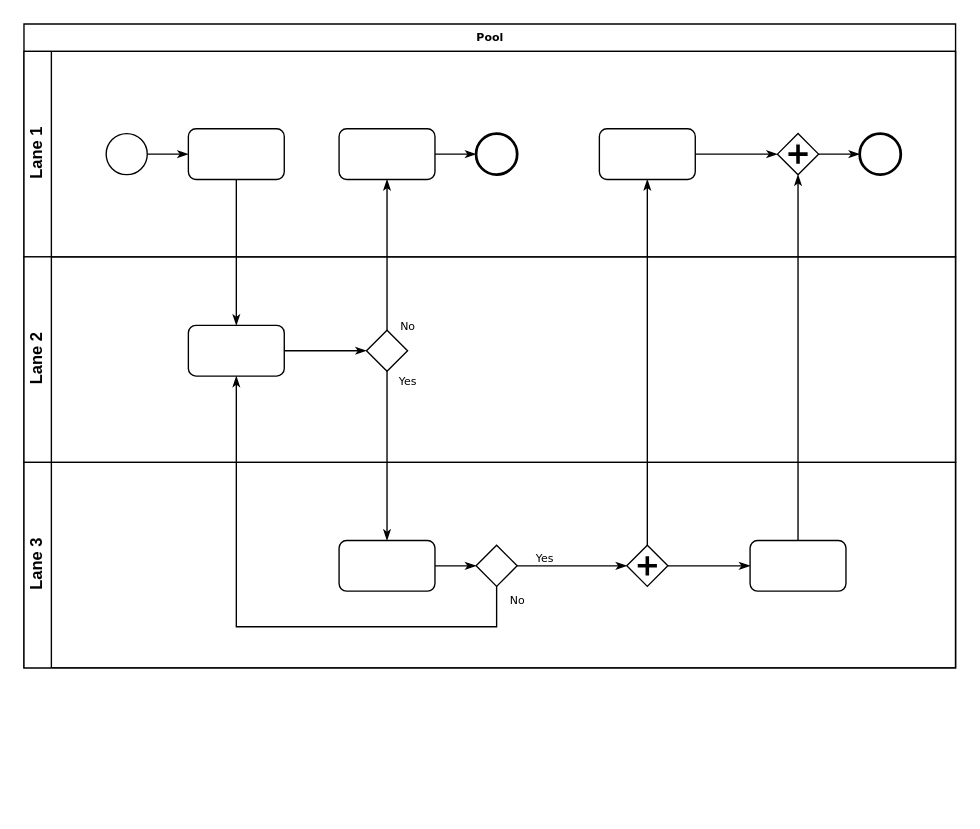
GabHanna/python keeps this draw.io diagram as Dia_a_dia.drawio. Above is the earlier version. Source tidied: cells renumbered, new cells numbered last; positions are measured from the earlier drawing's top-left corner, leaving out a move shared by most shapes. Both pictures are drawn from the tidied source at 137%, with x=0, y=0 at pixel (23, 23).
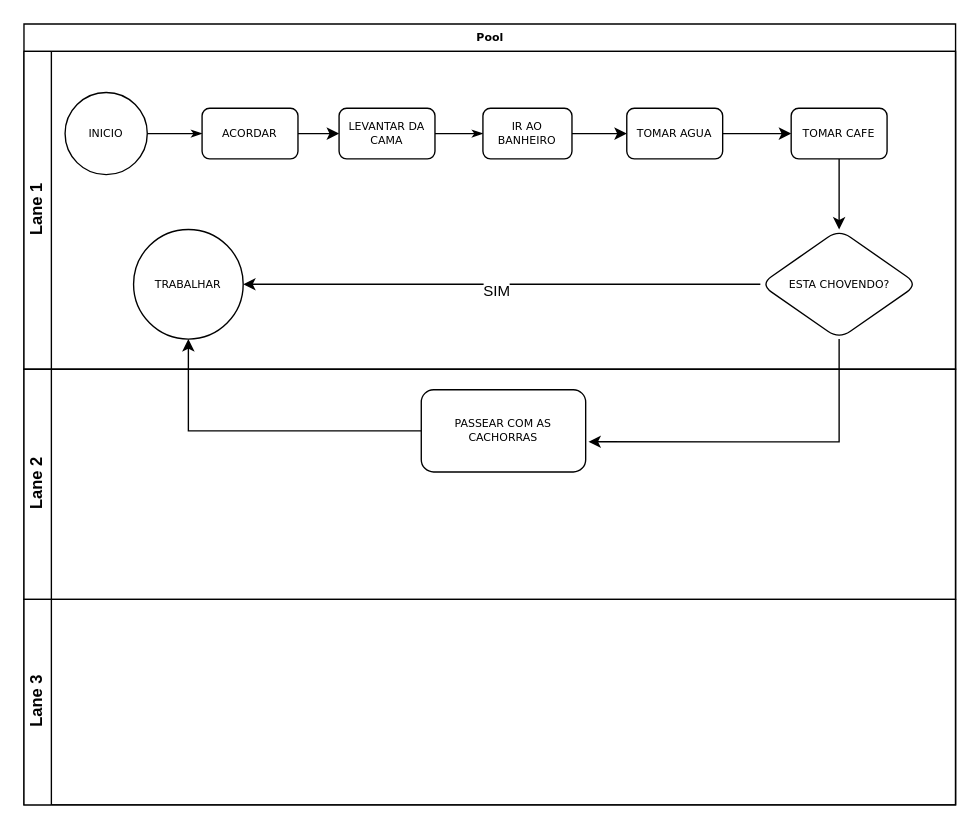
The same diagram, later.

Diff of the diagram source:
```diff
@@
     <mxCell id="2" value="Pool" style="swimlane;html=1;horizontal=1;startSize=20;rounded=0;shadow=0;labelBackgroundColor=none;strokeWidth=1;fontFamily=Verdana;fontSize=8;align=center;" parent="1" vertex="1">
-      <mxGeometry width="680" height="470" as="geometry" />
+      <mxGeometry width="680" height="570" as="geometry" />
     </mxCell>
     <mxCell id="3" value="Lane 1" style="swimlane;html=1;startSize=20;horizontal=0;" parent="2" vertex="1">
-      <mxGeometry y="20" width="680" height="150" as="geometry" />
+      <mxGeometry y="20" width="680" height="232" as="geometry" />
     </mxCell>
@@
-    <mxCell id="5" style="ellipse;whiteSpace=wrap;html=1;rounded=0;shadow=0;labelBackgroundColor=none;strokeWidth=1;fontFamily=Verdana;fontSize=8;align=center;" parent="3" vertex="1">
-      <mxGeometry x="60" y="60" width="30" height="30" as="geometry" />
+    <mxCell id="5" value="INICIO" style="ellipse;whiteSpace=wrap;html=1;rounded=0;shadow=0;labelBackgroundColor=none;strokeWidth=1;fontFamily=Verdana;fontSize=8;align=center;" parent="3" vertex="1">
+      <mxGeometry x="30" y="30" width="60" height="60" as="geometry" />
     </mxCell>
+    <mxCell id="33" style="edgeStyle=orthogonalEdgeStyle;rounded=0;jettySize=auto;html=1;entryX=0;entryY=0.5;entryDx=0;entryDy=0;" parent="3" edge="1" source="6" target="8">
+      <mxGeometry relative="1" as="geometry" />
+    </mxCell>
-    <mxCell id="6" style="rounded=1;whiteSpace=wrap;html=1;shadow=0;labelBackgroundColor=none;strokeWidth=1;fontFamily=Verdana;fontSize=8;align=center;" parent="3" vertex="1">
-      <mxGeometry x="120" y="56.5" width="70" height="37" as="geometry" />
+    <mxCell id="6" value="ACORDAR" style="rounded=1;whiteSpace=wrap;html=1;shadow=0;labelBackgroundColor=none;strokeWidth=1;fontFamily=Verdana;fontSize=8;align=center;" parent="3" vertex="1">
+      <mxGeometry x="130" y="41.5" width="70" height="37" as="geometry" />
     </mxCell>
-    <mxCell id="7" style="edgeStyle=orthogonalEdgeStyle;rounded=0;html=1;labelBackgroundColor=none;startArrow=none;startFill=0;startSize=5;endArrow=classicThin;endFill=1;endSize=5;jettySize=auto;strokeWidth=1;fontFamily=Verdana;fontSize=8;" parent="3" edge="1" source="8" target="9">
+    <mxCell id="7" style="edgeStyle=orthogonalEdgeStyle;rounded=0;html=1;labelBackgroundColor=none;startArrow=none;startFill=0;startSize=5;endArrow=classicThin;endFill=1;endSize=5;jettySize=auto;strokeWidth=1;fontFamily=Verdana;fontSize=8;entryX=0;entryY=0.5;entryDx=0;entryDy=0;" parent="3" edge="1" source="8" target="11">
       <mxGeometry relative="1" as="geometry" />
     </mxCell>
-    <mxCell id="8" style="rounded=1;whiteSpace=wrap;html=1;shadow=0;labelBackgroundColor=none;strokeWidth=1;fontFamily=Verdana;fontSize=8;align=center;" parent="3" vertex="1">
-      <mxGeometry x="230" y="56.5" width="70" height="37" as="geometry" />
+    <mxCell id="8" value="LEVANTAR DA CAMA" style="rounded=1;whiteSpace=wrap;html=1;shadow=0;labelBackgroundColor=none;strokeWidth=1;fontFamily=Verdana;fontSize=8;align=center;" parent="3" vertex="1">
+      <mxGeometry x="230" y="41.5" width="70" height="37" as="geometry" />
     </mxCell>
-    <mxCell id="9" style="ellipse;whiteSpace=wrap;html=1;rounded=0;shadow=0;labelBackgroundColor=none;strokeWidth=2;fontFamily=Verdana;fontSize=8;align=center;" parent="3" vertex="1">
-      <mxGeometry x="330" y="60" width="30" height="30" as="geometry" />
-    </mxCell>
-    <mxCell id="10" style="edgeStyle=orthogonalEdgeStyle;rounded=0;html=1;entryX=0;entryY=0.5;labelBackgroundColor=none;startArrow=none;startFill=0;startSize=5;endArrow=classicThin;endFill=1;endSize=5;jettySize=auto;strokeWidth=1;fontFamily=Verdana;fontSize=8;" parent="3" edge="1" source="11" target="13">
-      <mxGeometry relative="1" as="geometry" />
-    </mxCell>
+    <mxCell id="34" style="edgeStyle=orthogonalEdgeStyle;rounded=0;jettySize=auto;html=1;entryX=0;entryY=0.5;entryDx=0;entryDy=0;" parent="3" edge="1" source="11" target="36">
+      <mxGeometry relative="1" as="geometry" />
+    </mxCell>
-    <mxCell id="11" style="rounded=1;whiteSpace=wrap;html=1;shadow=0;labelBackgroundColor=none;strokeWidth=1;fontFamily=Verdana;fontSize=8;align=center;" parent="3" vertex="1">
-      <mxGeometry x="420" y="56.5" width="70" height="37" as="geometry" />
+    <mxCell id="11" value="IR AO BANHEIRO" style="rounded=1;whiteSpace=wrap;html=1;shadow=0;labelBackgroundColor=none;strokeWidth=1;fontFamily=Verdana;fontSize=8;align=center;" parent="3" vertex="1">
+      <mxGeometry x="335" y="41.5" width="65" height="37" as="geometry" />
     </mxCell>
-    <mxCell id="12" style="edgeStyle=orthogonalEdgeStyle;rounded=0;html=1;labelBackgroundColor=none;startArrow=none;startFill=0;startSize=5;endArrow=classicThin;endFill=1;endSize=5;jettySize=auto;strokeWidth=1;fontFamily=Verdana;fontSize=8;" parent="3" edge="1" source="13" target="14">
-      <mxGeometry relative="1" as="geometry" />
-    </mxCell>
-    <mxCell id="13" style="shape=mxgraph.bpmn.shape;html=1;verticalLabelPosition=bottom;labelBackgroundColor=#ffffff;verticalAlign=top;perimeter=rhombusPerimeter;background=gateway;outline=none;symbol=parallelGw;rounded=1;shadow=0;strokeWidth=1;fontFamily=Verdana;fontSize=8;align=center;" parent="3" vertex="1">
-      <mxGeometry x="550" y="60" width="30" height="30" as="geometry" />
-    </mxCell>
-    <mxCell id="14" style="ellipse;whiteSpace=wrap;html=1;rounded=0;shadow=0;labelBackgroundColor=none;strokeWidth=2;fontFamily=Verdana;fontSize=8;align=center;" parent="3" vertex="1">
-      <mxGeometry x="610" y="60" width="30" height="30" as="geometry" />
-    </mxCell>
+    <mxCell id="35" style="edgeStyle=orthogonalEdgeStyle;rounded=0;jettySize=auto;html=1;entryX=0;entryY=0.5;entryDx=0;entryDy=0;" parent="3" edge="1" source="36" target="17">
+      <mxGeometry relative="1" as="geometry" />
+    </mxCell>
+    <mxCell id="36" value="TOMAR AGUA" style="rounded=1;whiteSpace=wrap;html=1;shadow=0;labelBackgroundColor=none;strokeWidth=1;fontFamily=Verdana;fontSize=8;align=center;" parent="3" vertex="1">
+      <mxGeometry x="440" y="41.5" width="70" height="37" as="geometry" />
+    </mxCell>
+    <mxCell id="37" style="edgeStyle=orthogonalEdgeStyle;rounded=0;jettySize=auto;html=1;" parent="3" edge="1" source="17" target="38">
+      <mxGeometry relative="1" as="geometry" />
+    </mxCell>
+    <mxCell id="17" value="TOMAR CAFE" style="rounded=1;whiteSpace=wrap;html=1;shadow=0;labelBackgroundColor=none;strokeWidth=1;fontFamily=Verdana;fontSize=8;align=center;" parent="3" vertex="1">
+      <mxGeometry x="560" y="41.5" width="70" height="37" as="geometry" />
+    </mxCell>
+    <mxCell id="38" value="ESTA CHOVENDO?" style="rhombus;whiteSpace=wrap;html=1;fontSize=8;fontFamily=Verdana;rounded=1;shadow=0;labelBackgroundColor=none;strokeWidth=1;" parent="3" vertex="1">
+      <mxGeometry x="537.5" y="130" width="115" height="80" as="geometry" />
+    </mxCell>
+    <mxCell id="39" style="edgeStyle=orthogonalEdgeStyle;rounded=0;jettySize=auto;html=1;entryX=1;entryY=0.5;entryDx=0;entryDy=0;" parent="3" edge="1" source="38" target="41">
+      <mxGeometry relative="1" as="geometry" />
+    </mxCell>
+    <mxCell id="40" value="SIM" style="edgeLabel;html=1;align=center;verticalAlign=middle;" parent="39" vertex="1">
+      <mxGeometry x="0.02" y="4" relative="1" as="geometry" />
+    </mxCell>
+    <mxCell id="41" value="TRABALHAR" style="ellipse;whiteSpace=wrap;html=1;fontSize=8;fontFamily=Verdana;rounded=1;shadow=0;labelBackgroundColor=none;strokeWidth=1;" parent="3" vertex="1">
+      <mxGeometry x="80" y="130" width="80" height="80" as="geometry" />
+    </mxCell>
     <mxCell id="15" value="Lane 2" style="swimlane;html=1;startSize=20;horizontal=0;" parent="2" vertex="1">
-      <mxGeometry y="170" width="680" height="150" as="geometry" />
+      <mxGeometry y="252" width="680" height="168" as="geometry" />
     </mxCell>
-    <mxCell id="16" style="edgeStyle=orthogonalEdgeStyle;rounded=0;html=1;labelBackgroundColor=none;startArrow=none;startFill=0;startSize=5;endArrow=classicThin;endFill=1;endSize=5;jettySize=auto;strokeWidth=1;fontFamily=Verdana;fontSize=8;" parent="15" edge="1" source="17" target="18">
-      <mxGeometry relative="1" as="geometry" />
-    </mxCell>
-    <mxCell id="17" style="rounded=1;whiteSpace=wrap;html=1;shadow=0;labelBackgroundColor=none;strokeWidth=1;fontFamily=Verdana;fontSize=8;align=center;" parent="15" vertex="1">
-      <mxGeometry x="120" y="50" width="70" height="37" as="geometry" />
-    </mxCell>
-    <mxCell id="18" style="strokeWidth=1;html=1;shape=mxgraph.flowchart.decision;whiteSpace=wrap;rounded=1;shadow=0;labelBackgroundColor=none;fontFamily=Verdana;fontSize=8;align=center;" parent="15" vertex="1">
-      <mxGeometry x="250" y="53.5" width="30" height="30" as="geometry" />
-    </mxCell>
+    <mxCell id="42" value="PASSEAR COM AS CACHORRAS" style="whiteSpace=wrap;html=1;fontSize=8;fontFamily=Verdana;rounded=1;shadow=0;labelBackgroundColor=none;strokeWidth=1;" parent="15" vertex="1">
+      <mxGeometry x="290" y="15" width="120" height="60" as="geometry" />
+    </mxCell>
     <mxCell id="19" value="Lane 3" style="swimlane;html=1;startSize=20;horizontal=0;" parent="2" vertex="1">
-      <mxGeometry y="320" width="680" height="150" as="geometry" />
+      <mxGeometry y="420" width="680" height="150" as="geometry" />
     </mxCell>
-    <mxCell id="20" style="edgeStyle=orthogonalEdgeStyle;rounded=0;html=1;labelBackgroundColor=none;startArrow=none;startFill=0;startSize=5;endArrow=classicThin;endFill=1;endSize=5;jettySize=auto;strokeWidth=1;fontFamily=Verdana;fontSize=8;" parent="19" edge="1" source="21" target="23">
-      <mxGeometry relative="1" as="geometry" />
-    </mxCell>
-    <mxCell id="21" style="rounded=1;whiteSpace=wrap;html=1;shadow=0;labelBackgroundColor=none;strokeWidth=1;fontFamily=Verdana;fontSize=8;align=center;" parent="19" vertex="1">
-      <mxGeometry x="230" y="57" width="70" height="37" as="geometry" />
-    </mxCell>
-    <mxCell id="22" value="Yes" style="edgeStyle=orthogonalEdgeStyle;rounded=0;html=1;entryX=0;entryY=0.5;labelBackgroundColor=none;startArrow=none;startFill=0;startSize=5;endArrow=classicThin;endFill=1;endSize=5;jettySize=auto;strokeWidth=1;fontFamily=Verdana;fontSize=8;" parent="19" edge="1" source="23" target="25">
-      <mxGeometry x="-0.5" y="6" relative="1" as="geometry" />
-    </mxCell>
-    <mxCell id="23" style="strokeWidth=1;html=1;shape=mxgraph.flowchart.decision;whiteSpace=wrap;rounded=1;shadow=0;labelBackgroundColor=none;fontFamily=Verdana;fontSize=8;align=center;" parent="19" vertex="1">
-      <mxGeometry x="330" y="60.5" width="30" height="30" as="geometry" />
-    </mxCell>
-    <mxCell id="24" style="edgeStyle=orthogonalEdgeStyle;rounded=0;html=1;labelBackgroundColor=none;startArrow=none;startFill=0;startSize=5;endArrow=classicThin;endFill=1;endSize=5;jettySize=auto;strokeColor=#000000;strokeWidth=1;fontFamily=Verdana;fontSize=8;fontColor=#000000;" parent="19" edge="1" source="25" target="26">
-      <mxGeometry relative="1" as="geometry" />
-    </mxCell>
-    <mxCell id="25" style="shape=mxgraph.bpmn.shape;html=1;verticalLabelPosition=bottom;labelBackgroundColor=#ffffff;verticalAlign=top;perimeter=rhombusPerimeter;background=gateway;outline=none;symbol=parallelGw;rounded=1;shadow=0;strokeWidth=1;fontFamily=Verdana;fontSize=8;align=center;" parent="19" vertex="1">
-      <mxGeometry x="440" y="60.5" width="30" height="30" as="geometry" />
-    </mxCell>
-    <mxCell id="26" style="rounded=1;whiteSpace=wrap;html=1;shadow=0;labelBackgroundColor=none;strokeWidth=1;fontFamily=Verdana;fontSize=8;align=center;" parent="19" vertex="1">
-      <mxGeometry x="530" y="57" width="70" height="37" as="geometry" />
-    </mxCell>
-    <mxCell id="27" style="edgeStyle=orthogonalEdgeStyle;rounded=0;html=1;labelBackgroundColor=none;startArrow=none;startFill=0;startSize=5;endArrow=classicThin;endFill=1;endSize=5;jettySize=auto;strokeWidth=1;fontFamily=Verdana;fontSize=8;" parent="2" edge="1" source="6" target="17">
-      <mxGeometry relative="1" as="geometry" />
-    </mxCell>
-    <mxCell id="28" value="No" style="edgeStyle=orthogonalEdgeStyle;rounded=0;html=1;labelBackgroundColor=none;startArrow=none;startFill=0;startSize=5;endArrow=classicThin;endFill=1;endSize=5;jettySize=auto;strokeWidth=1;fontFamily=Verdana;fontSize=8;" parent="2" edge="1" source="18" target="8">
-      <mxGeometry x="-0.94" y="-15" relative="1" as="geometry" />
-    </mxCell>
-    <mxCell id="29" value="Yes" style="edgeStyle=orthogonalEdgeStyle;rounded=0;html=1;labelBackgroundColor=none;startArrow=none;startFill=0;startSize=5;endArrow=classicThin;endFill=1;endSize=5;jettySize=auto;strokeWidth=1;fontFamily=Verdana;fontSize=8;" parent="2" edge="1" source="18" target="21">
-      <mxGeometry x="-0.89" y="15" relative="1" as="geometry" />
-    </mxCell>
-    <mxCell id="30" style="edgeStyle=orthogonalEdgeStyle;rounded=0;html=1;entryX=0.5;entryY=1;labelBackgroundColor=none;startArrow=none;startFill=0;startSize=5;endArrow=classicThin;endFill=1;endSize=5;jettySize=auto;strokeWidth=1;fontFamily=Verdana;fontSize=8;" parent="2" edge="1" source="26" target="13">
-      <mxGeometry relative="1" as="geometry" />
-    </mxCell>
-    <mxCell id="31" value="No" style="edgeStyle=orthogonalEdgeStyle;rounded=0;html=1;labelBackgroundColor=none;startArrow=none;startFill=0;startSize=5;endArrow=classicThin;endFill=1;endSize=5;jettySize=auto;strokeWidth=1;fontFamily=Verdana;fontSize=8;" parent="2" edge="1" source="23" target="17">
-      <mxGeometry x="-0.95" y="15" relative="1" as="geometry">
-        <Array as="points">
-          <mxPoint x="345" y="440" />
-          <mxPoint x="155" y="440" />
-        </Array>
-      </mxGeometry>
-    </mxCell>
-    <mxCell id="32" style="edgeStyle=orthogonalEdgeStyle;rounded=0;html=1;labelBackgroundColor=none;startArrow=none;startFill=0;startSize=5;endArrow=classicThin;endFill=1;endSize=5;jettySize=auto;strokeWidth=1;fontFamily=Verdana;fontSize=8;" parent="2" edge="1" source="25" target="11">
-      <mxGeometry relative="1" as="geometry" />
-    </mxCell>
+    <mxCell id="43" style="edgeStyle=orthogonalEdgeStyle;rounded=0;jettySize=auto;html=1;" parent="2" edge="1" source="42" target="41">
+      <mxGeometry relative="1" as="geometry" />
+    </mxCell>
+    <mxCell id="44" style="edgeStyle=orthogonalEdgeStyle;rounded=0;jettySize=auto;html=1;entryX=1.017;entryY=0.633;entryDx=0;entryDy=0;entryPerimeter=0;" parent="2" edge="1" source="38" target="42">
+      <mxGeometry relative="1" as="geometry">
+        <Array as="points">
+          <mxPoint x="595" y="305" />
+          <mxPoint x="522" y="305" />
+        </Array>
+      </mxGeometry>
+    </mxCell>
```
